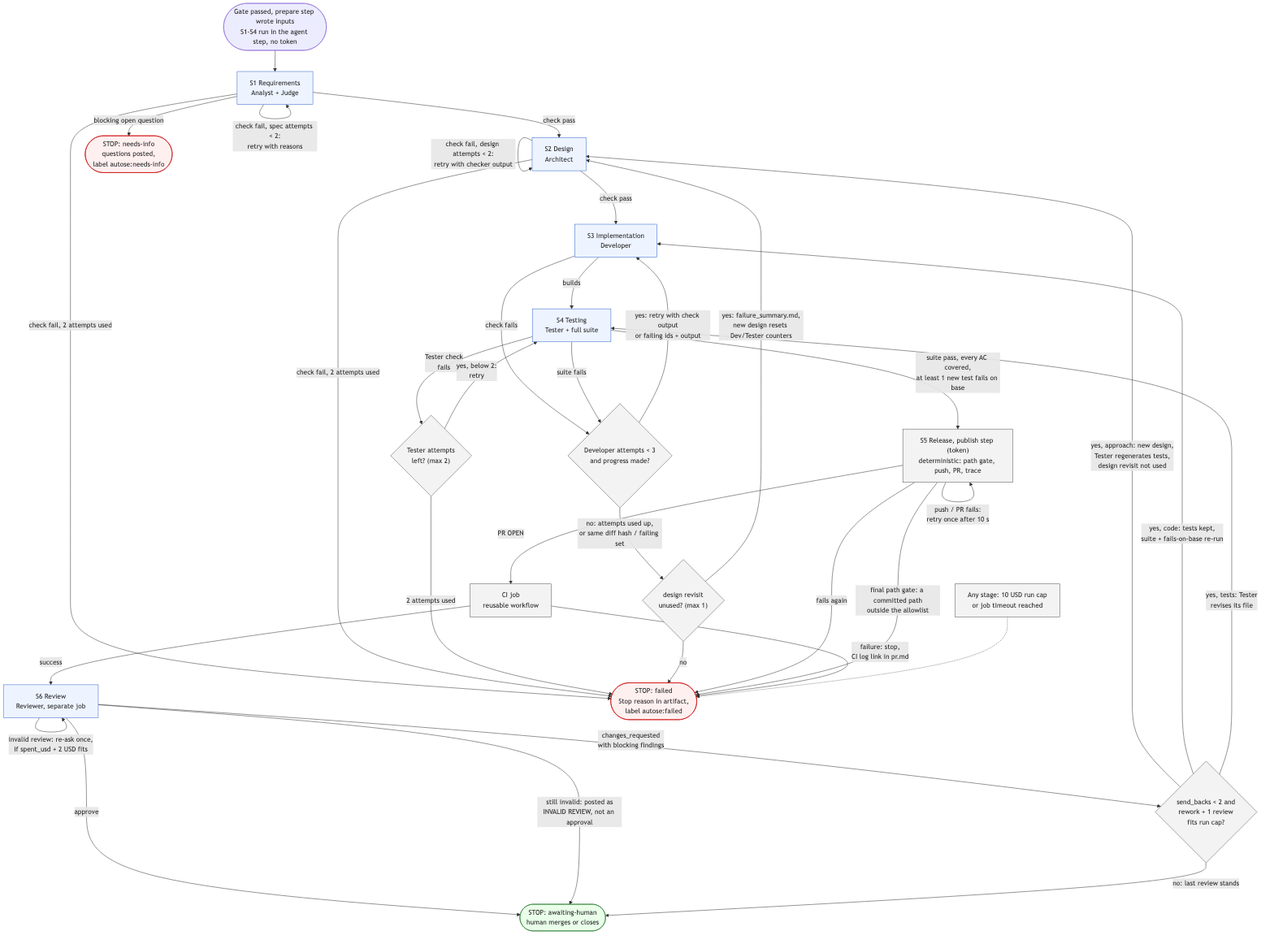
Earlier version of the Mermaid export architecture/views/state-machine.png (vishesh312/autose-assignment3). Its source is kept beside it as architecture/views/state-machine.mmd.
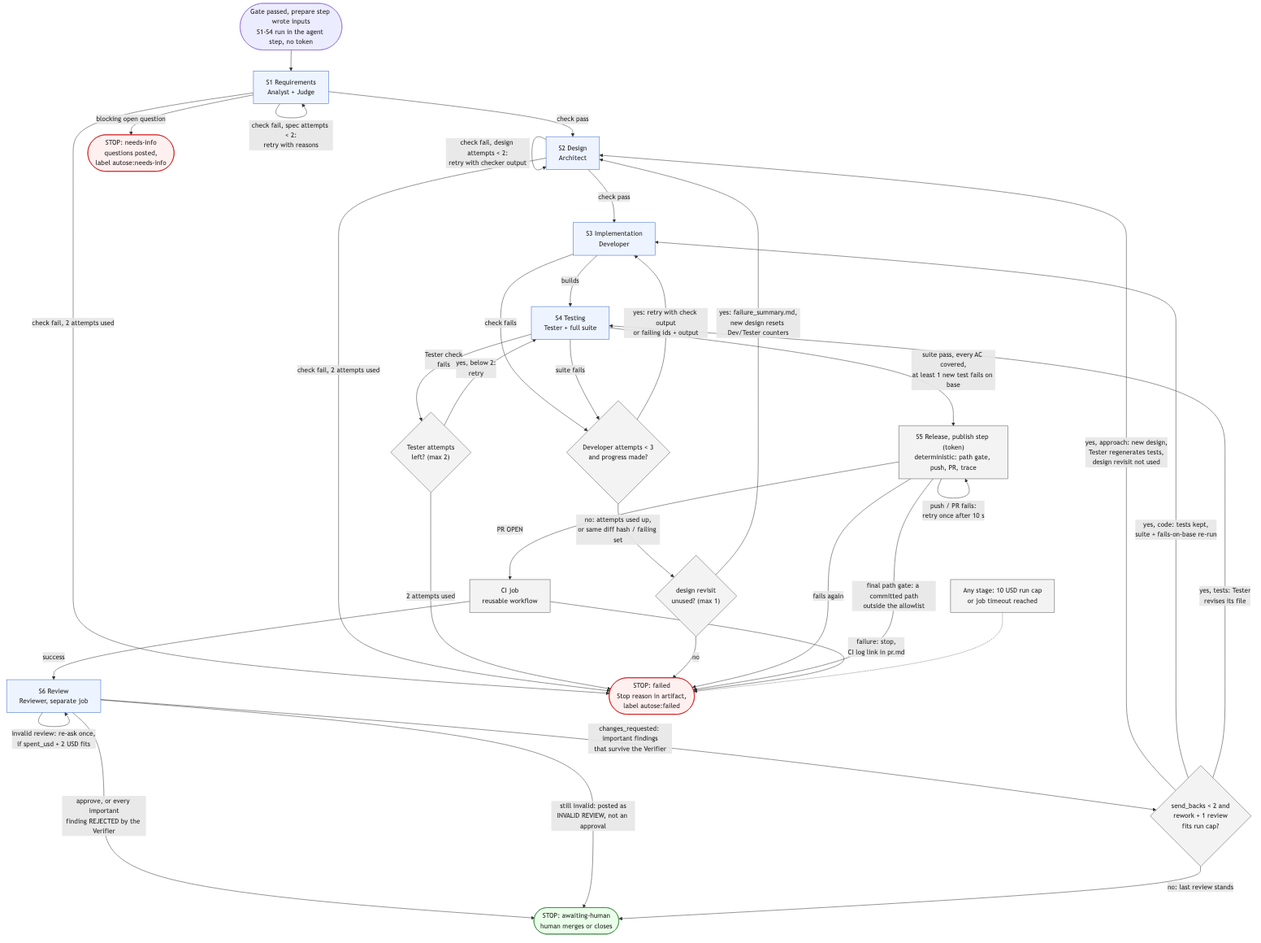
The same file after the commit.

Commit message:
Update component, sequence and state-machine views and stage map for the Codex backend and the Verifier pass, and re-render the diagrams

Diff of the diagram source:
```diff
@@ -47,8 +47,8 @@
   CI -->|failure: stop,<br/>CI log link in pr.md| FAIL
 
   S6 -->|invalid review: re-ask once,<br/>if spent_usd + 2 USD fits| S6
-  S6 -->|approve| HUMAN
-  S6 -->|changes_requested<br/>with blocking findings| ROUTE
+  S6 -->|approve, or every important<br/>finding REJECTED by the Verifier| HUMAN
+  S6 -->|changes_requested: important findings<br/>that survive the Verifier| ROUTE
   S6 -->|still invalid: posted as<br/>INVALID REVIEW, not an approval| HUMAN
   ROUTE -->|yes, approach: new design,<br/>Tester regenerates tests,<br/>design revisit not used| S2
   ROUTE -->|yes, code: tests kept,<br/>suite + fails-on-base re-run| S3
```
